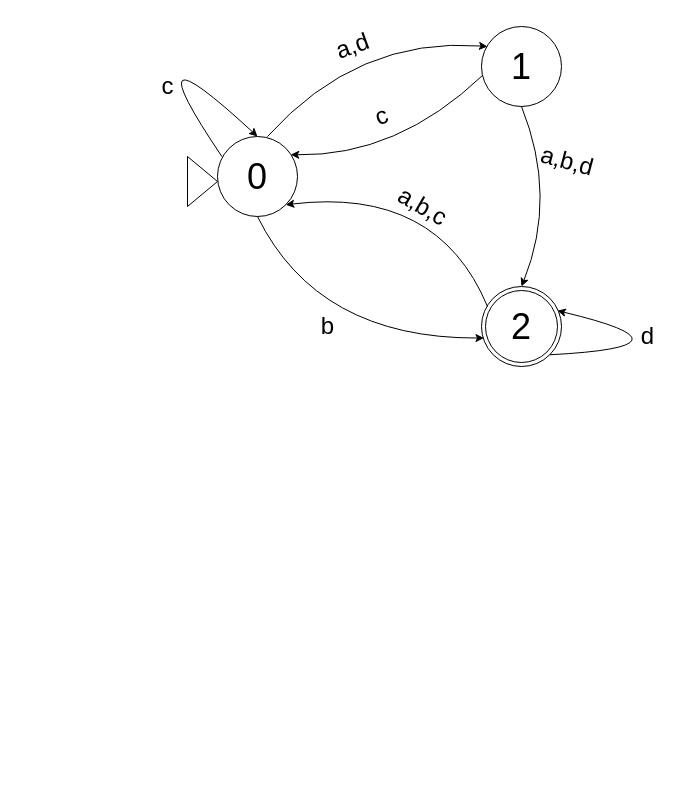
Vlad1000nn/MyGit keeps this draw.io diagram as final.drawio. Above is the earlier version. Source tidied: cells renumbered, new cells numbered last; positions are measured from the earlier drawing's top-left corner, leaving out a move shared by most shapes. Both pictures are drawn from the tidied source at 100%, with x=0, y=0 at pixel (127, 16).
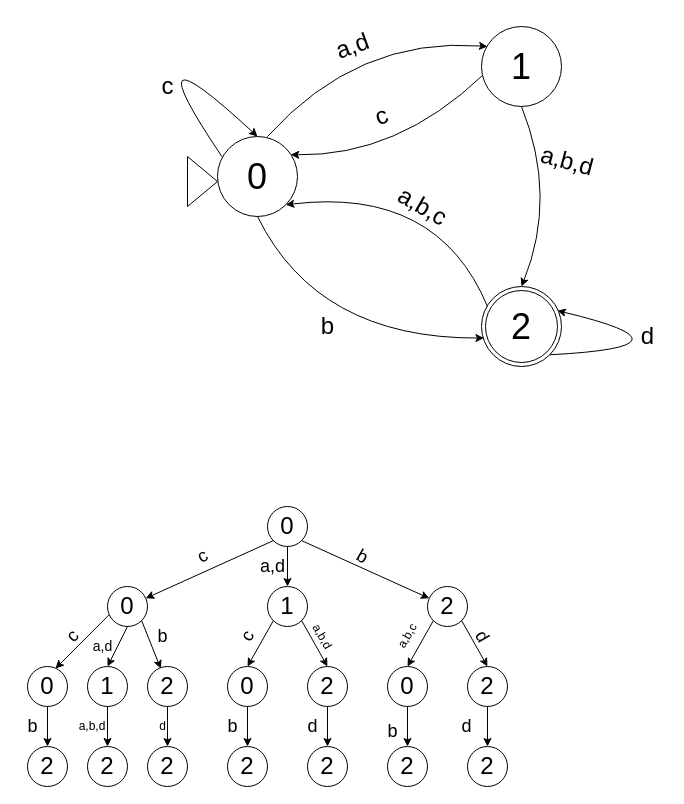
The same diagram, later.

Change to the diagram source:
```diff
@@
+    <mxCell id="20" value="&lt;font style=&quot;font-size: 24px;&quot;&gt;0&lt;/font&gt;" style="ellipse;whiteSpace=wrap;html=1;" parent="1" vertex="1">
+      <mxGeometry x="140" y="490" width="40" height="40" as="geometry" />
+    </mxCell>
+    <mxCell id="21" style="endArrow=classic;html=1;rounded=0;exitX=0;exitY=1;exitDx=0;exitDy=0;" parent="1" edge="1" source="20" target="22">
+      <mxGeometry relative="1" as="geometry" />
+    </mxCell>
+    <mxCell id="22" value="&lt;font style=&quot;font-size: 24px;&quot;&gt;0&lt;/font&gt;" style="ellipse;whiteSpace=wrap;html=1;" parent="1" vertex="1">
+      <mxGeometry x="-20" y="570" width="40" height="40" as="geometry" />
+    </mxCell>
+    <mxCell id="23" value="&lt;font style=&quot;font-size: 24px;&quot;&gt;1&lt;/font&gt;" style="ellipse;whiteSpace=wrap;html=1;" parent="1" vertex="1">
+      <mxGeometry x="140" y="570" width="40" height="40" as="geometry" />
+    </mxCell>
+    <mxCell id="24" value="&lt;font style=&quot;font-size: 24px;&quot;&gt;2&lt;/font&gt;" style="ellipse;whiteSpace=wrap;html=1;" parent="1" vertex="1">
+      <mxGeometry x="300" y="570" width="40" height="40" as="geometry" />
+    </mxCell>
+    <mxCell id="25" style="endArrow=classic;html=1;rounded=0;exitX=1;exitY=1;exitDx=0;exitDy=0;" parent="1" edge="1" source="20" target="24">
+      <mxGeometry relative="1" as="geometry" />
+    </mxCell>
+    <mxCell id="26" style="endArrow=classic;html=1;rounded=0;exitX=0.5;exitY=1;exitDx=0;exitDy=0;entryX=0.5;entryY=0;entryDx=0;entryDy=0;" parent="1" edge="1" source="20" target="23">
+      <mxGeometry relative="1" as="geometry" />
+    </mxCell>
+    <mxCell id="27" value="&lt;font style=&quot;font-size: 18px;&quot;&gt;a,d&lt;/font&gt;" style="text;html=1;align=center;verticalAlign=middle;strokeColor=none;fillColor=none;rotation=0;" parent="1" vertex="1">
+      <mxGeometry x="120" y="530" width="50" height="40" as="geometry" />
+    </mxCell>
+    <mxCell id="28" value="&lt;font style=&quot;font-size: 18px;&quot;&gt;c&lt;/font&gt;" style="text;html=1;align=center;verticalAlign=middle;strokeColor=none;fillColor=none;rotation=-30;" parent="1" vertex="1">
+      <mxGeometry x="60" y="520" width="30" height="40" as="geometry" />
+    </mxCell>
+    <mxCell id="29" value="&lt;font style=&quot;font-size: 18px;&quot;&gt;b&lt;/font&gt;" style="text;html=1;align=center;verticalAlign=middle;strokeColor=none;fillColor=none;rotation=30;" parent="1" vertex="1">
+      <mxGeometry x="220" y="520" width="30" height="40" as="geometry" />
+    </mxCell>
+    <mxCell id="30" value="&lt;font style=&quot;font-size: 24px;&quot;&gt;0&lt;/font&gt;" style="ellipse;whiteSpace=wrap;html=1;" parent="1" vertex="1">
+      <mxGeometry x="-100" y="650" width="40" height="40" as="geometry" />
+    </mxCell>
+    <mxCell id="31" style="endArrow=classic;html=1;rounded=0;exitX=0.035;exitY=0.711;exitDx=0;exitDy=0;exitPerimeter=0;" parent="1" edge="1" source="22">
+      <mxGeometry relative="1" as="geometry">
+        <mxPoint x="-72" y="652" as="targetPoint" />
+      </mxGeometry>
+    </mxCell>
+    <mxCell id="32" value="&lt;font style=&quot;font-size: 18px;&quot;&gt;c&lt;/font&gt;" style="text;html=1;align=center;verticalAlign=middle;strokeColor=none;fillColor=none;rotation=-45;" parent="1" vertex="1">
+      <mxGeometry x="-70" y="600" width="30" height="40" as="geometry" />
+    </mxCell>
+    <mxCell id="33" value="&lt;font style=&quot;font-size: 24px;&quot;&gt;2&lt;/font&gt;" style="ellipse;whiteSpace=wrap;html=1;" parent="1" vertex="1">
+      <mxGeometry x="-100" y="730" width="40" height="40" as="geometry" />
+    </mxCell>
+    <mxCell id="34" style="endArrow=classic;html=1;rounded=0;exitX=0.5;exitY=1;exitDx=0;exitDy=0;entryX=0.5;entryY=0;entryDx=0;entryDy=0;" parent="1" edge="1" source="30" target="33">
+      <mxGeometry relative="1" as="geometry" />
+    </mxCell>
+    <mxCell id="35" value="&lt;font style=&quot;font-size: 18px;&quot;&gt;b&lt;/font&gt;" style="text;html=1;align=center;verticalAlign=middle;strokeColor=none;fillColor=none;" parent="1" vertex="1">
+      <mxGeometry x="-110" y="690" width="30" height="40" as="geometry" />
+    </mxCell>
+    <mxCell id="36" value="&lt;font style=&quot;font-size: 24px;&quot;&gt;1&lt;/font&gt;" style="ellipse;whiteSpace=wrap;html=1;" parent="1" vertex="1">
+      <mxGeometry x="-40" y="650" width="40" height="40" as="geometry" />
+    </mxCell>
+    <mxCell id="37" style="endArrow=classic;html=1;rounded=0;exitX=0.5;exitY=1;exitDx=0;exitDy=0;entryX=0.5;entryY=0;entryDx=0;entryDy=0;" parent="1" edge="1" source="22" target="36">
+      <mxGeometry relative="1" as="geometry" />
+    </mxCell>
+    <mxCell id="38" value="&lt;font style=&quot;font-size: 14px;&quot;&gt;a,d&lt;/font&gt;" style="text;html=1;align=center;verticalAlign=middle;strokeColor=none;fillColor=none;" parent="1" vertex="1">
+      <mxGeometry x="-45" y="615" width="40" height="30" as="geometry" />
+    </mxCell>
+    <mxCell id="39" value="&lt;font style=&quot;font-size: 24px;&quot;&gt;2&lt;/font&gt;" style="ellipse;whiteSpace=wrap;html=1;" parent="1" vertex="1">
+      <mxGeometry x="-40" y="730" width="40" height="40" as="geometry" />
+    </mxCell>
+    <mxCell id="40" style="endArrow=classic;html=1;rounded=0;exitX=0.5;exitY=1;exitDx=0;exitDy=0;entryX=0.5;entryY=0;entryDx=0;entryDy=0;" parent="1" edge="1" source="36" target="39">
+      <mxGeometry relative="1" as="geometry" />
+    </mxCell>
+    <mxCell id="41" value="a,b,d" style="text;strokeColor=none;align=center;fillColor=none;html=1;verticalAlign=middle;whiteSpace=wrap;rounded=0;rotation=0;" parent="1" vertex="1">
+      <mxGeometry x="-65" y="695" width="60" height="30" as="geometry" />
+    </mxCell>
+    <mxCell id="42" value="&lt;font style=&quot;font-size: 24px;&quot;&gt;2&lt;/font&gt;" style="ellipse;whiteSpace=wrap;html=1;" parent="1" vertex="1">
+      <mxGeometry x="20" y="650" width="40" height="40" as="geometry" />
+    </mxCell>
+    <mxCell id="43" style="endArrow=classic;html=1;rounded=0;exitX=1;exitY=1;exitDx=0;exitDy=0;entryX=0.332;entryY=0.053;entryDx=0;entryDy=0;entryPerimeter=0;" parent="1" edge="1" source="22" target="42">
+      <mxGeometry relative="1" as="geometry" />
+    </mxCell>
+    <mxCell id="44" value="&lt;font style=&quot;font-size: 24px;&quot;&gt;0&lt;/font&gt;" style="ellipse;whiteSpace=wrap;html=1;" parent="1" vertex="1">
+      <mxGeometry x="100" y="650" width="40" height="40" as="geometry" />
+    </mxCell>
+    <mxCell id="45" value="&lt;font style=&quot;font-size: 24px;&quot;&gt;2&lt;/font&gt;" style="ellipse;whiteSpace=wrap;html=1;" parent="1" vertex="1">
+      <mxGeometry x="180" y="650" width="40" height="40" as="geometry" />
+    </mxCell>
+    <mxCell id="46" value="&lt;font style=&quot;font-size: 24px;&quot;&gt;2&lt;/font&gt;" style="ellipse;whiteSpace=wrap;html=1;" parent="1" vertex="1">
+      <mxGeometry x="20" y="730" width="40" height="40" as="geometry" />
+    </mxCell>
+    <mxCell id="47" style="endArrow=classic;html=1;rounded=0;exitX=0.5;exitY=1;exitDx=0;exitDy=0;entryX=0.5;entryY=0;entryDx=0;entryDy=0;" parent="1" edge="1" source="42" target="46">
+      <mxGeometry relative="1" as="geometry" />
+    </mxCell>
+    <mxCell id="48" value="d" style="text;html=1;align=center;verticalAlign=middle;strokeColor=none;fillColor=none;" parent="1" vertex="1">
+      <mxGeometry x="20" y="695" width="30" height="30" as="geometry" />
+    </mxCell>
+    <mxCell id="49" style="endArrow=classic;html=1;rounded=0;exitX=0;exitY=1;exitDx=0;exitDy=0;entryX=0.5;entryY=0;entryDx=0;entryDy=0;" parent="1" edge="1" source="23" target="44">
+      <mxGeometry relative="1" as="geometry" />
+    </mxCell>
+    <mxCell id="50" style="endArrow=classic;html=1;rounded=0;exitX=1;exitY=1;exitDx=0;exitDy=0;entryX=0.5;entryY=0;entryDx=0;entryDy=0;" parent="1" edge="1" source="23" target="45">
+      <mxGeometry relative="1" as="geometry" />
+    </mxCell>
+    <mxCell id="51" value="a,b,d" style="text;html=1;align=center;verticalAlign=middle;strokeColor=none;fillColor=none;rotation=60;" parent="1" vertex="1">
+      <mxGeometry x="170" y="605" width="50" height="30" as="geometry" />
+    </mxCell>
+    <mxCell id="52" value="&lt;font style=&quot;font-size: 18px;&quot;&gt;c&lt;/font&gt;" style="text;html=1;align=center;verticalAlign=middle;strokeColor=none;fillColor=none;rotation=-60;" parent="1" vertex="1">
+      <mxGeometry x="105" y="600" width="30" height="40" as="geometry" />
+    </mxCell>
+    <mxCell id="53" value="&lt;font style=&quot;font-size: 24px;&quot;&gt;2&lt;/font&gt;" style="ellipse;whiteSpace=wrap;html=1;" parent="1" vertex="1">
+      <mxGeometry x="100" y="730" width="40" height="40" as="geometry" />
+    </mxCell>
+    <mxCell id="54" value="&lt;font style=&quot;font-size: 24px;&quot;&gt;2&lt;/font&gt;" style="ellipse;whiteSpace=wrap;html=1;" parent="1" vertex="1">
+      <mxGeometry x="180" y="730" width="40" height="40" as="geometry" />
+    </mxCell>
+    <mxCell id="55" style="endArrow=classic;html=1;rounded=0;exitX=0.5;exitY=1;exitDx=0;exitDy=0;entryX=0.5;entryY=0;entryDx=0;entryDy=0;" parent="1" edge="1" source="44" target="53">
+      <mxGeometry relative="1" as="geometry" />
+    </mxCell>
+    <mxCell id="56" style="endArrow=classic;html=1;rounded=0;exitX=0.5;exitY=1;exitDx=0;exitDy=0;entryX=0.5;entryY=0;entryDx=0;entryDy=0;" parent="1" edge="1" source="45" target="54">
+      <mxGeometry relative="1" as="geometry" />
+    </mxCell>
+    <mxCell id="57" value="&lt;font style=&quot;font-size: 18px;&quot;&gt;b&lt;/font&gt;" style="text;html=1;align=center;verticalAlign=middle;strokeColor=none;fillColor=none;" parent="1" vertex="1">
+      <mxGeometry x="90" y="690" width="30" height="40" as="geometry" />
+    </mxCell>
+    <mxCell id="58" value="&lt;font style=&quot;font-size: 18px;&quot;&gt;d&lt;/font&gt;" style="text;html=1;align=center;verticalAlign=middle;strokeColor=none;fillColor=none;" parent="1" vertex="1">
+      <mxGeometry x="170" y="690" width="30" height="40" as="geometry" />
+    </mxCell>
+    <mxCell id="59" value="&lt;font style=&quot;font-size: 24px;&quot;&gt;0&lt;/font&gt;" style="ellipse;whiteSpace=wrap;html=1;" parent="1" vertex="1">
+      <mxGeometry x="260" y="650" width="40" height="40" as="geometry" />
+    </mxCell>
+    <mxCell id="60" value="&lt;font style=&quot;font-size: 24px;&quot;&gt;2&lt;/font&gt;" style="ellipse;whiteSpace=wrap;html=1;" parent="1" vertex="1">
+      <mxGeometry x="340" y="650" width="40" height="40" as="geometry" />
+    </mxCell>
+    <mxCell id="61" style="endArrow=classic;html=1;rounded=0;exitX=0;exitY=1;exitDx=0;exitDy=0;entryX=0.5;entryY=0;entryDx=0;entryDy=0;" parent="1" edge="1" source="24" target="59">
+      <mxGeometry relative="1" as="geometry" />
+    </mxCell>
+    <mxCell id="62" style="endArrow=classic;html=1;rounded=0;exitX=1;exitY=1;exitDx=0;exitDy=0;entryX=0.5;entryY=0;entryDx=0;entryDy=0;" parent="1" edge="1" source="24" target="60">
+      <mxGeometry relative="1" as="geometry" />
+    </mxCell>
+    <mxCell id="63" value="&lt;font style=&quot;font-size: 24px;&quot;&gt;2&lt;/font&gt;" style="ellipse;whiteSpace=wrap;html=1;" parent="1" vertex="1">
+      <mxGeometry x="260" y="730" width="40" height="40" as="geometry" />
+    </mxCell>
+    <mxCell id="64" value="&lt;font style=&quot;font-size: 24px;&quot;&gt;2&lt;/font&gt;" style="ellipse;whiteSpace=wrap;html=1;" parent="1" vertex="1">
+      <mxGeometry x="340" y="730" width="40" height="40" as="geometry" />
+    </mxCell>
+    <mxCell id="65" style="endArrow=classic;html=1;rounded=0;exitX=0.5;exitY=1;exitDx=0;exitDy=0;entryX=0.5;entryY=0;entryDx=0;entryDy=0;" parent="1" edge="1" source="59" target="63">
+      <mxGeometry relative="1" as="geometry" />
+    </mxCell>
+    <mxCell id="66" style="endArrow=classic;html=1;rounded=0;exitX=0.5;exitY=1;exitDx=0;exitDy=0;entryX=0.5;entryY=0;entryDx=0;entryDy=0;" parent="1" edge="1" source="60" target="64">
+      <mxGeometry relative="1" as="geometry" />
+    </mxCell>
+    <mxCell id="67" value="&lt;font style=&quot;font-size: 18px;&quot;&gt;b&lt;/font&gt;" style="text;html=1;align=center;verticalAlign=middle;strokeColor=none;fillColor=none;" parent="1" vertex="1">
+      <mxGeometry x="250" y="695" width="30" height="40" as="geometry" />
+    </mxCell>
+    <mxCell id="68" value="&lt;font style=&quot;font-size: 18px;&quot;&gt;d&lt;/font&gt;" style="text;html=1;align=center;verticalAlign=middle;strokeColor=none;fillColor=none;" parent="1" vertex="1">
+      <mxGeometry x="324" y="690" width="30" height="40" as="geometry" />
+    </mxCell>
+    <mxCell id="69" value="&lt;font style=&quot;font-size: 18px;&quot;&gt;d&lt;/font&gt;" style="text;html=1;align=center;verticalAlign=middle;strokeColor=none;fillColor=none;rotation=60;" parent="1" vertex="1">
+      <mxGeometry x="340" y="600" width="30" height="40" as="geometry" />
+    </mxCell>
+    <mxCell id="70" value="a,b,c" style="text;html=1;align=center;verticalAlign=middle;strokeColor=none;fillColor=none;rotation=-60;" parent="1" vertex="1">
+      <mxGeometry x="255" y="605" width="50" height="30" as="geometry" />
+    </mxCell>
+    <mxCell id="71" value="&lt;font style=&quot;font-size: 18px;&quot;&gt;b&lt;/font&gt;" style="text;html=1;align=center;verticalAlign=middle;strokeColor=none;fillColor=none;" parent="1" vertex="1">
+      <mxGeometry x="20" y="600" width="30" height="40" as="geometry" />
+    </mxCell>
```
